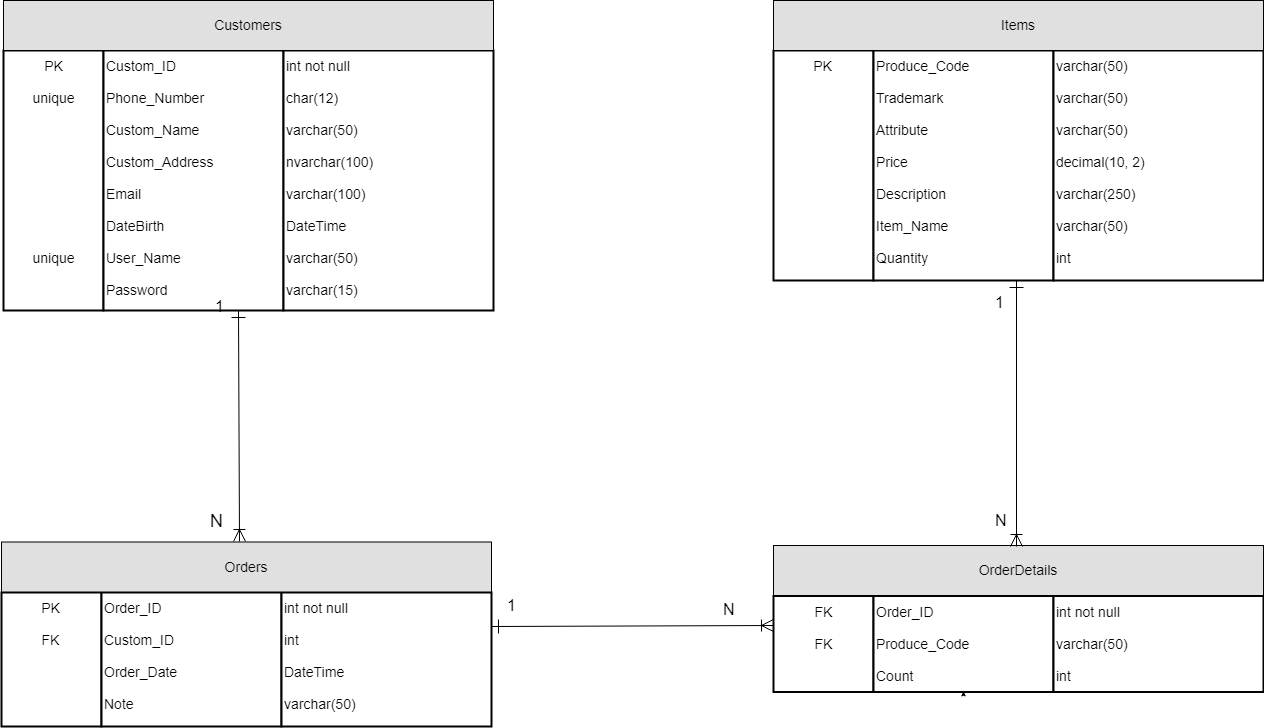
The draw.io diagram Document/Database/Database.png in LinhNguyennnn/Shop_HeadPhone_G03, before a commit. Source tidied: cells renumbered, new cells last; positions are measured from the earlier drawing's top-left corner, leaving out a move shared by most shapes.
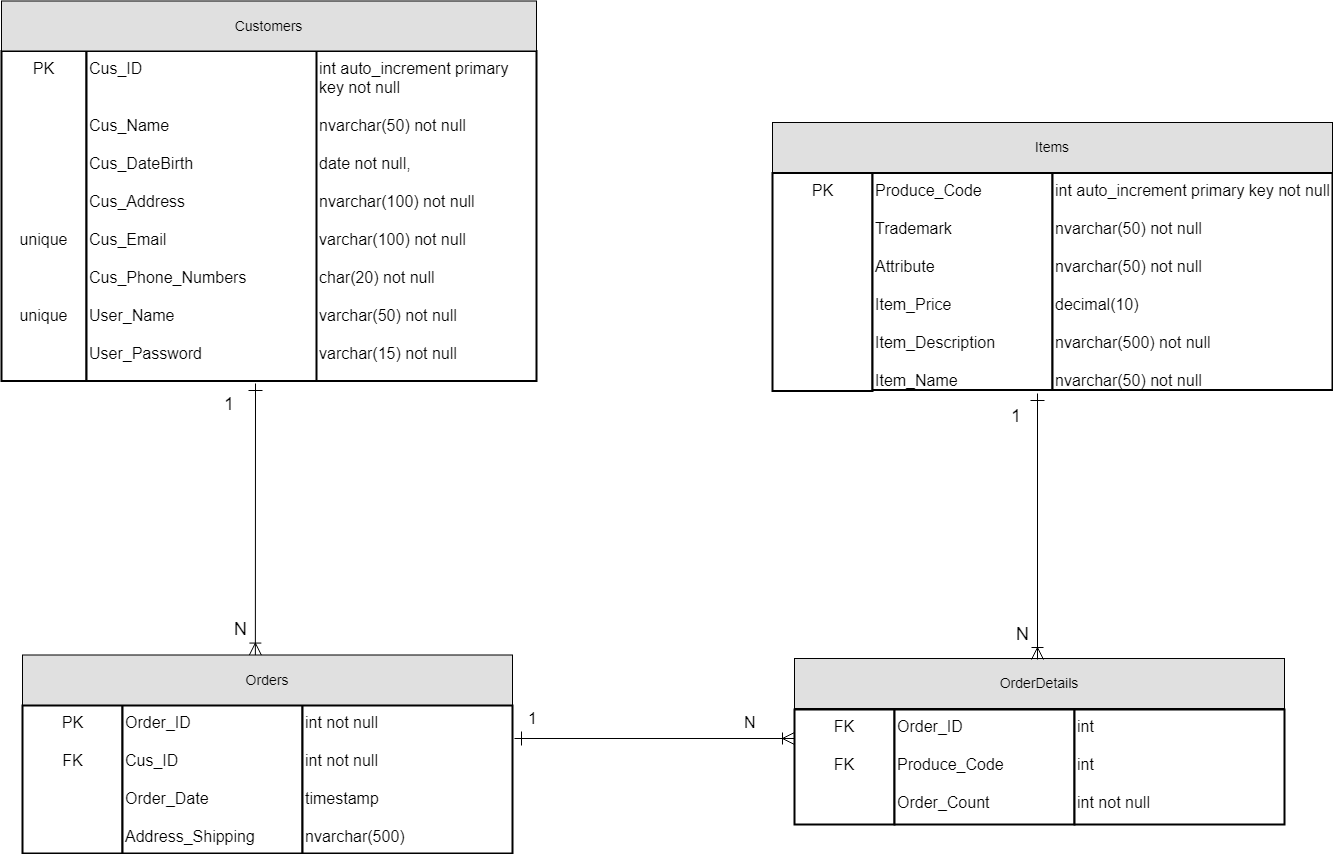
After the change.

Diff of the diagram source:
```diff
@@ -4,34 +4,34 @@
     <mxCell id="1" parent="0" />
-    <mxCell id="2" value="&lt;div style=&quot;text-align: center&quot;&gt;&lt;span&gt;PK&lt;/span&gt;&lt;/div&gt;&lt;div style=&quot;text-align: center&quot;&gt;&lt;span&gt;&lt;br&gt;&lt;/span&gt;&lt;/div&gt;&lt;div style=&quot;text-align: center&quot;&gt;&lt;span&gt;unique&lt;/span&gt;&lt;/div&gt;&lt;div style=&quot;text-align: center&quot;&gt;&lt;span&gt;&lt;br&gt;&lt;/span&gt;&lt;/div&gt;&lt;div style=&quot;text-align: center&quot;&gt;&lt;span&gt;&lt;br&gt;&lt;/span&gt;&lt;/div&gt;&lt;div style=&quot;text-align: center&quot;&gt;&lt;span&gt;&lt;br&gt;&lt;/span&gt;&lt;/div&gt;&lt;div style=&quot;text-align: center&quot;&gt;&lt;span&gt;&lt;br&gt;&lt;/span&gt;&lt;/div&gt;&lt;div style=&quot;text-align: center&quot;&gt;&lt;span&gt;&lt;br&gt;&lt;/span&gt;&lt;/div&gt;&lt;div style=&quot;text-align: center&quot;&gt;&lt;span&gt;&lt;br&gt;&lt;/span&gt;&lt;/div&gt;&lt;div style=&quot;text-align: center&quot;&gt;&lt;span&gt;&lt;br&gt;&lt;/span&gt;&lt;/div&gt;&lt;div style=&quot;text-align: center&quot;&gt;&lt;span&gt;&lt;br&gt;&lt;/span&gt;&lt;/div&gt;&lt;div style=&quot;text-align: center&quot;&gt;&lt;span&gt;&lt;br&gt;&lt;/span&gt;&lt;/div&gt;&lt;div style=&quot;text-align: center&quot;&gt;&lt;span&gt;unique&lt;/span&gt;&lt;/div&gt;" style="strokeWidth=2;whiteSpace=wrap;html=1;align=center;fontSize=14;verticalAlign=top;" parent="1" vertex="1">
-      <mxGeometry x="2" y="50" width="100" height="260" as="geometry" />
+    <mxCell id="2" value="&lt;div style=&quot;text-align: center ; font-size: 16px&quot;&gt;&lt;span style=&quot;font-size: 16px&quot;&gt;PK&lt;/span&gt;&lt;/div&gt;&lt;div style=&quot;text-align: center ; font-size: 16px&quot;&gt;&lt;span style=&quot;font-size: 16px&quot;&gt;&lt;br style=&quot;font-size: 16px&quot;&gt;&lt;/span&gt;&lt;/div&gt;&lt;div style=&quot;text-align: center ; font-size: 16px&quot;&gt;&lt;br&gt;&lt;/div&gt;&lt;div style=&quot;text-align: center ; font-size: 16px&quot;&gt;&lt;span style=&quot;font-size: 16px&quot;&gt;&lt;br style=&quot;font-size: 16px&quot;&gt;&lt;/span&gt;&lt;/div&gt;&lt;div style=&quot;text-align: center ; font-size: 16px&quot;&gt;&lt;span style=&quot;font-size: 16px&quot;&gt;&lt;br style=&quot;font-size: 16px&quot;&gt;&lt;/span&gt;&lt;/div&gt;&lt;div style=&quot;text-align: center ; font-size: 16px&quot;&gt;&lt;span style=&quot;font-size: 16px&quot;&gt;&lt;br style=&quot;font-size: 16px&quot;&gt;&lt;/span&gt;&lt;/div&gt;&lt;div style=&quot;text-align: center ; font-size: 16px&quot;&gt;&lt;span style=&quot;font-size: 16px&quot;&gt;&lt;br style=&quot;font-size: 16px&quot;&gt;&lt;/span&gt;&lt;/div&gt;&lt;div style=&quot;text-align: center ; font-size: 16px&quot;&gt;&lt;span style=&quot;font-size: 16px&quot;&gt;&lt;br style=&quot;font-size: 16px&quot;&gt;&lt;/span&gt;&lt;/div&gt;&lt;div style=&quot;text-align: center ; font-size: 16px&quot;&gt;&lt;span style=&quot;font-size: 16px&quot;&gt;&lt;br style=&quot;font-size: 16px&quot;&gt;&lt;/span&gt;&lt;/div&gt;&lt;div style=&quot;text-align: center ; font-size: 16px&quot;&gt;&lt;span&gt;unique&lt;/span&gt;&lt;/div&gt;&lt;div style=&quot;text-align: center ; font-size: 16px&quot;&gt;&lt;span&gt;&lt;br&gt;&lt;/span&gt;&lt;/div&gt;&lt;div style=&quot;text-align: center ; font-size: 16px&quot;&gt;&lt;span&gt;&lt;br&gt;&lt;/span&gt;&lt;/div&gt;&lt;div style=&quot;text-align: center ; font-size: 16px&quot;&gt;&lt;span&gt;&lt;br&gt;&lt;/span&gt;&lt;/div&gt;&lt;div style=&quot;text-align: center ; font-size: 16px&quot;&gt;&lt;span&gt;unique&lt;/span&gt;&lt;span&gt;&lt;br&gt;&lt;/span&gt;&lt;/div&gt;" style="strokeWidth=2;whiteSpace=wrap;html=1;align=center;fontSize=16;verticalAlign=top;" parent="1" vertex="1">
+      <mxGeometry x="-21" y="-62.5" width="85" height="330" as="geometry" />
     </mxCell>
-    <mxCell id="3" value="&lt;div style=&quot;text-align: left&quot;&gt;&lt;span&gt;Custom_ID&lt;/span&gt;&lt;/div&gt;&lt;div style=&quot;text-align: left&quot;&gt;&lt;span&gt;&lt;br&gt;&lt;/span&gt;&lt;/div&gt;&lt;div style=&quot;text-align: left&quot;&gt;Phone_Number&lt;span&gt;&lt;br&gt;&lt;/span&gt;&lt;/div&gt;&lt;div style=&quot;text-align: left&quot;&gt;&lt;span&gt;&lt;br&gt;&lt;/span&gt;&lt;/div&gt;&lt;div style=&quot;text-align: left&quot;&gt;&lt;span&gt;Custom_Name&lt;/span&gt;&lt;/div&gt;&lt;div style=&quot;text-align: left&quot;&gt;&lt;span&gt;&lt;br&gt;&lt;/span&gt;&lt;/div&gt;&lt;div style=&quot;text-align: left&quot;&gt;&lt;span&gt;Custom_Address&lt;/span&gt;&lt;/div&gt;&lt;div style=&quot;text-align: left&quot;&gt;&lt;span&gt;&lt;br&gt;&lt;/span&gt;&lt;/div&gt;&lt;div style=&quot;text-align: left&quot;&gt;&lt;span&gt;Email&lt;/span&gt;&lt;/div&gt;&lt;div style=&quot;text-align: left&quot;&gt;&lt;span&gt;&lt;br&gt;&lt;/span&gt;&lt;/div&gt;&lt;div style=&quot;text-align: left&quot;&gt;&lt;span&gt;DateBirth&lt;/span&gt;&lt;/div&gt;&lt;div style=&quot;text-align: left&quot;&gt;&lt;span&gt;&lt;br&gt;&lt;/span&gt;&lt;/div&gt;&lt;div style=&quot;text-align: left&quot;&gt;User_Name&lt;/div&gt;&lt;div style=&quot;text-align: left&quot;&gt;&lt;br&gt;&lt;/div&gt;&lt;div style=&quot;text-align: left&quot;&gt;Password&lt;/div&gt;" style="strokeWidth=2;whiteSpace=wrap;html=1;align=left;fontSize=14;verticalAlign=top;" parent="1" vertex="1">
-      <mxGeometry x="102" y="50" width="180" height="260" as="geometry" />
+    <mxCell id="3" value="&lt;div style=&quot;text-align: left ; font-size: 16px&quot;&gt;&lt;div style=&quot;font-size: 16px&quot;&gt;&lt;div style=&quot;font-size: 16px&quot;&gt;Cus_ID&amp;nbsp;&lt;/div&gt;&lt;div style=&quot;font-size: 16px&quot;&gt;&lt;br&gt;&lt;/div&gt;&lt;div style=&quot;font-size: 16px&quot;&gt;&lt;br&gt;&lt;/div&gt;&lt;div style=&quot;font-size: 16px&quot;&gt;    Cus_Name&amp;nbsp;&lt;/div&gt;&lt;div style=&quot;font-size: 16px&quot;&gt;&lt;br&gt;&lt;/div&gt;&lt;div style=&quot;font-size: 16px&quot;&gt;    Cus_DateBirth&amp;nbsp;&lt;/div&gt;&lt;div style=&quot;font-size: 16px&quot;&gt;&lt;br&gt;&lt;/div&gt;&lt;div style=&quot;font-size: 16px&quot;&gt;    Cus_Address&amp;nbsp;&lt;/div&gt;&lt;div style=&quot;font-size: 16px&quot;&gt;&lt;br&gt;&lt;/div&gt;&lt;div style=&quot;font-size: 16px&quot;&gt;    Cus_Email&amp;nbsp;&lt;/div&gt;&lt;div style=&quot;font-size: 16px&quot;&gt;&lt;span&gt;&lt;br&gt;&lt;/span&gt;&lt;/div&gt;&lt;div style=&quot;font-size: 16px&quot;&gt;&lt;span&gt;Cus_Phone_Numbers&amp;nbsp;&lt;/span&gt;&lt;/div&gt;&lt;div style=&quot;font-size: 16px&quot;&gt;&lt;span&gt;&lt;br&gt;&lt;/span&gt;&lt;/div&gt;&lt;div style=&quot;font-size: 16px&quot;&gt;&lt;span style=&quot;font-size: 16px&quot;&gt;User_Name&lt;/span&gt;&lt;/div&gt;&lt;div style=&quot;font-size: 16px&quot;&gt;&lt;span style=&quot;font-size: 16px&quot;&gt;&lt;br&gt;&lt;/span&gt;&lt;/div&gt;&lt;div style=&quot;font-size: 16px&quot;&gt;    User_Password&amp;nbsp;&lt;/div&gt;&lt;/div&gt;&lt;/div&gt;" style="strokeWidth=2;whiteSpace=wrap;html=1;align=left;fontSize=16;verticalAlign=top;" parent="1" vertex="1">
+      <mxGeometry x="64" y="-62.5" width="240" height="330" as="geometry" />
     </mxCell>
-    <mxCell id="4" value="int not null&lt;br&gt;&lt;br&gt;char(12)&lt;br&gt;&lt;br&gt;varchar(50)&lt;br&gt;&lt;br&gt;nvarchar(100)&lt;br&gt;&lt;br&gt;varchar(100)&lt;br&gt;&lt;br&gt;DateTime&lt;br&gt;&lt;br&gt;varchar(50)&lt;br&gt;&lt;br&gt;varchar(15)&lt;br&gt;&lt;br&gt;" style="strokeWidth=2;whiteSpace=wrap;html=1;align=left;fontSize=14;verticalAlign=top;" parent="1" vertex="1">
-      <mxGeometry x="282" y="50" width="210" height="260" as="geometry" />
+    <mxCell id="4" value="int&amp;nbsp;auto_increment primary key not null&lt;br&gt;&lt;br&gt;nvarchar(50) not null&lt;br&gt;&lt;br&gt;date not null,&lt;br&gt;&lt;br&gt;nvarchar(100) not null&lt;br&gt;&lt;br&gt;&lt;div&gt;varchar(100) not null&amp;nbsp;&lt;/div&gt;&lt;div&gt;&lt;br&gt;&lt;/div&gt;char(20) not null&lt;br&gt;&lt;br&gt;varchar(50) not null &lt;br&gt;&lt;br&gt;varchar(15) not null&lt;br&gt;&lt;br&gt;" style="strokeWidth=2;whiteSpace=wrap;html=1;align=left;fontSize=16;verticalAlign=top;" parent="1" vertex="1">
+      <mxGeometry x="294" y="-62.5" width="220" height="330" as="geometry" />
     </mxCell>
-    <mxCell id="5" value="PK&lt;br&gt;" style="strokeWidth=2;whiteSpace=wrap;html=1;align=center;fontSize=14;verticalAlign=top;" parent="1" vertex="1">
-      <mxGeometry x="772" y="50" width="100" height="230" as="geometry" />
+    <mxCell id="5" value="PK&lt;br style=&quot;font-size: 16px;&quot;&gt;" style="strokeWidth=2;whiteSpace=wrap;html=1;align=center;fontSize=16;verticalAlign=top;" parent="1" vertex="1">
+      <mxGeometry x="750" y="59.5" width="100" height="218" as="geometry" />
     </mxCell>
-    <mxCell id="6" value="Produce_Code&lt;br&gt;&lt;br&gt;Trademark&lt;br&gt;&lt;br&gt;Attribute&lt;br&gt;&lt;br&gt;Price&lt;br&gt;&lt;br&gt;Description&lt;br&gt;&lt;br&gt;Item_Name&lt;br&gt;&lt;br&gt;Quantity&lt;br&gt;" style="strokeWidth=2;whiteSpace=wrap;html=1;align=left;fontSize=14;verticalAlign=top;" parent="1" vertex="1">
-      <mxGeometry x="872" y="50" width="180" height="230" as="geometry" />
+    <mxCell id="6" value="Produce_Code&lt;br style=&quot;font-size: 16px&quot;&gt;&lt;br style=&quot;font-size: 16px&quot;&gt;Trademark&lt;br style=&quot;font-size: 16px&quot;&gt;&lt;br style=&quot;font-size: 16px&quot;&gt;Attribute&lt;br style=&quot;font-size: 16px&quot;&gt;&lt;br style=&quot;font-size: 16px&quot;&gt;Item_Price&lt;br style=&quot;font-size: 16px&quot;&gt;&lt;br style=&quot;font-size: 16px&quot;&gt;Item_Description&lt;br style=&quot;font-size: 16px&quot;&gt;&lt;br style=&quot;font-size: 16px&quot;&gt;Item_Name&lt;br style=&quot;font-size: 16px&quot;&gt;" style="strokeWidth=2;whiteSpace=wrap;html=1;align=left;fontSize=16;verticalAlign=top;" parent="1" vertex="1">
+      <mxGeometry x="850" y="59.5" width="180" height="217" as="geometry" />
     </mxCell>
-    <mxCell id="7" value="varchar(50)&lt;br&gt;&lt;br&gt;varchar(50)&lt;br&gt;&lt;br&gt;varchar(50)&lt;br&gt;&lt;br&gt;decimal(10, 2)&lt;br&gt;&lt;br&gt;varchar(250)&lt;br&gt;&lt;br&gt;varchar(50)&lt;br&gt;&lt;br&gt;int&lt;br&gt;&lt;br&gt;&lt;br&gt;" style="strokeWidth=2;whiteSpace=wrap;html=1;align=left;fontSize=14;verticalAlign=top;" parent="1" vertex="1">
-      <mxGeometry x="1052" y="50" width="210" height="230" as="geometry" />
+    <mxCell id="7" value="&lt;div style=&quot;font-size: 16px&quot;&gt;&lt;span style=&quot;font-size: 16px&quot;&gt;int&lt;/span&gt; auto_increment &lt;span style=&quot;font-size: 16px&quot;&gt;primary&amp;nbsp;&lt;/span&gt;&lt;span style=&quot;font-size: 16px&quot;&gt;key&amp;nbsp;&lt;/span&gt;&lt;span style=&quot;font-size: 16px&quot;&gt;not&amp;nbsp;&lt;/span&gt;&lt;span style=&quot;font-size: 16px&quot;&gt;null&lt;/span&gt;&lt;/div&gt;&lt;br style=&quot;font-size: 16px&quot;&gt;nvarchar(50) not&amp;nbsp;null&lt;br style=&quot;font-size: 16px&quot;&gt;&lt;br style=&quot;font-size: 16px&quot;&gt;nvarchar(50) not&amp;nbsp;null&lt;br style=&quot;font-size: 16px&quot;&gt;&lt;br style=&quot;font-size: 16px&quot;&gt;decimal(10)&lt;br style=&quot;font-size: 16px&quot;&gt;&lt;br style=&quot;font-size: 16px&quot;&gt;&lt;div style=&quot;font-size: 16px&quot;&gt;&lt;span style=&quot;font-size: 16px&quot;&gt;nvarchar&lt;/span&gt;(&lt;span style=&quot;font-size: 16px&quot;&gt;500&lt;/span&gt;) &lt;span style=&quot;font-size: 16px&quot;&gt;not&amp;nbsp;&lt;/span&gt;&lt;span style=&quot;font-size: 16px&quot;&gt;null&lt;/span&gt;&lt;/div&gt;&lt;br style=&quot;font-size: 16px&quot;&gt;&lt;div style=&quot;font-size: 16px&quot;&gt;&lt;span style=&quot;font-size: 16px&quot;&gt;nvarchar&lt;/span&gt;(&lt;span style=&quot;font-size: 16px&quot;&gt;50&lt;/span&gt;) &lt;span style=&quot;font-size: 16px&quot;&gt;not&amp;nbsp;&lt;/span&gt;&lt;span style=&quot;font-size: 16px&quot;&gt;null&lt;/span&gt;&lt;/div&gt;&lt;br style=&quot;font-size: 16px&quot;&gt;&lt;div style=&quot;font-size: 16px&quot;&gt;&lt;/div&gt;" style="strokeWidth=2;whiteSpace=wrap;html=1;align=left;fontSize=16;verticalAlign=top;" parent="1" vertex="1">
+      <mxGeometry x="1030" y="59.5" width="280" height="217" as="geometry" />
     </mxCell>
     <mxCell id="8" value="Customers" style="text;align=center;verticalAlign=middle;spacingLeft=4;spacingRight=4;strokeColor=#000000;fillColor=#e0e0e0;fontSize=14;" parent="1" vertex="1">
-      <mxGeometry x="2" width="490" height="50" as="geometry" />
+      <mxGeometry x="-21" y="-112.5" width="535" height="50" as="geometry" />
     </mxCell>
     <mxCell id="9" value="Items" style="text;align=center;verticalAlign=middle;spacingLeft=4;spacingRight=4;strokeColor=#000000;fillColor=#e0e0e0;fontSize=14;" parent="1" vertex="1">
-      <mxGeometry x="772" width="490" height="50" as="geometry" />
+      <mxGeometry x="750" y="9" width="560" height="50" as="geometry" />
     </mxCell>
-    <mxCell id="10" value="PK&lt;br&gt;&lt;br&gt;FK&lt;br&gt;" style="strokeWidth=2;whiteSpace=wrap;html=1;align=center;fontSize=14;verticalAlign=top;" parent="1" vertex="1">
-      <mxGeometry y="592" width="100" height="134" as="geometry" />
+    <mxCell id="10" value="PK&lt;br style=&quot;font-size: 16px;&quot;&gt;&lt;br style=&quot;font-size: 16px;&quot;&gt;FK&lt;br style=&quot;font-size: 16px;&quot;&gt;" style="strokeWidth=2;whiteSpace=wrap;html=1;align=center;fontSize=16;verticalAlign=top;" parent="1" vertex="1">
+      <mxGeometry y="592" width="100" height="148" as="geometry" />
     </mxCell>
-    <mxCell id="11" value="Order_ID&lt;br&gt;&lt;br&gt;Custom_ID&lt;br&gt;&lt;br&gt;Order_Date&lt;br&gt;&lt;br&gt;Note&lt;br&gt;" style="strokeWidth=2;whiteSpace=wrap;html=1;align=left;fontSize=14;verticalAlign=top;" parent="1" vertex="1">
-      <mxGeometry x="100" y="592" width="180" height="134" as="geometry" />
+    <mxCell id="11" value="Order_ID&lt;br style=&quot;font-size: 16px&quot;&gt;&lt;br style=&quot;font-size: 16px&quot;&gt;Cus_ID&lt;br style=&quot;font-size: 16px&quot;&gt;&lt;br style=&quot;font-size: 16px&quot;&gt;Order_Date&lt;br style=&quot;font-size: 16px&quot;&gt;&lt;br style=&quot;font-size: 16px&quot;&gt;Address_Shipping&lt;br style=&quot;font-size: 16px&quot;&gt;" style="strokeWidth=2;whiteSpace=wrap;html=1;align=left;fontSize=16;verticalAlign=top;" parent="1" vertex="1">
+      <mxGeometry x="100" y="592" width="180" height="148" as="geometry" />
     </mxCell>
-    <mxCell id="12" value="int not null&lt;br&gt;&lt;br&gt;int&lt;br&gt;&lt;br&gt;DateTime&lt;br&gt;&lt;br&gt;varchar(50)&lt;br&gt;" style="strokeWidth=2;whiteSpace=wrap;html=1;align=left;fontSize=14;verticalAlign=top;" parent="1" vertex="1">
-      <mxGeometry x="280" y="592" width="210" height="134" as="geometry" />
+    <mxCell id="12" value="int not null&lt;br style=&quot;font-size: 16px;&quot;&gt;&lt;br style=&quot;font-size: 16px;&quot;&gt;&lt;div style=&quot;font-size: 16px;&quot;&gt;&lt;span style=&quot;font-size: 16px;&quot;&gt;int&amp;nbsp;&lt;/span&gt;&lt;span style=&quot;font-size: 16px;&quot;&gt;not&amp;nbsp;&lt;/span&gt;&lt;span style=&quot;font-size: 16px;&quot;&gt;null&lt;/span&gt;&lt;/div&gt;&lt;br style=&quot;font-size: 16px;&quot;&gt;&lt;div style=&quot;font-size: 16px;&quot;&gt;&lt;span style=&quot;font-size: 16px;&quot;&gt;timestamp&lt;/span&gt;&lt;/div&gt;&lt;br style=&quot;font-size: 16px;&quot;&gt;nvarchar(500)&lt;br style=&quot;font-size: 16px;&quot;&gt;" style="strokeWidth=2;whiteSpace=wrap;html=1;align=left;fontSize=16;verticalAlign=top;" parent="1" vertex="1">
+      <mxGeometry x="280" y="592" width="210" height="148" as="geometry" />
     </mxCell>
@@ -40,10 +40,10 @@
     </mxCell>
-    <mxCell id="14" value="FK&lt;br&gt;&lt;br&gt;FK&lt;br&gt;" style="strokeWidth=2;whiteSpace=wrap;html=1;align=center;fontSize=14;verticalAlign=top;" parent="1" vertex="1">
-      <mxGeometry x="772" y="595.5" width="100" height="96" as="geometry" />
+    <mxCell id="14" value="FK&lt;br style=&quot;font-size: 16px;&quot;&gt;&lt;br style=&quot;font-size: 16px;&quot;&gt;FK&lt;br style=&quot;font-size: 16px;&quot;&gt;" style="strokeWidth=2;whiteSpace=wrap;html=1;align=center;fontSize=16;verticalAlign=top;" parent="1" vertex="1">
+      <mxGeometry x="772" y="596" width="100" height="115" as="geometry" />
     </mxCell>
-    <mxCell id="15" value="Order_ID&lt;br&gt;&lt;br&gt;Produce_Code&lt;br&gt;&lt;br&gt;Count&lt;br&gt;" style="strokeWidth=2;whiteSpace=wrap;html=1;align=left;fontSize=14;verticalAlign=top;" parent="1" vertex="1">
-      <mxGeometry x="872" y="595.5" width="180" height="96" as="geometry" />
+    <mxCell id="15" value="Order_ID&lt;br style=&quot;font-size: 16px;&quot;&gt;&lt;br style=&quot;font-size: 16px;&quot;&gt;Produce_Code&lt;br style=&quot;font-size: 16px;&quot;&gt;&lt;br style=&quot;font-size: 16px;&quot;&gt;Order_Count&lt;br style=&quot;font-size: 16px;&quot;&gt;" style="strokeWidth=2;whiteSpace=wrap;html=1;align=left;fontSize=16;verticalAlign=top;" parent="1" vertex="1">
+      <mxGeometry x="872" y="596" width="180" height="115" as="geometry" />
     </mxCell>
-    <mxCell id="16" value="int not null&lt;br&gt;&lt;br&gt;varchar(50)&lt;br&gt;&lt;br&gt;int&lt;br&gt;&lt;br&gt;&lt;br&gt;" style="strokeWidth=2;whiteSpace=wrap;html=1;align=left;fontSize=14;verticalAlign=top;" parent="1" vertex="1">
-      <mxGeometry x="1052" y="595.5" width="210" height="96" as="geometry" />
+    <mxCell id="16" value="int&lt;br style=&quot;font-size: 16px;&quot;&gt;&lt;br style=&quot;font-size: 16px;&quot;&gt;int&lt;br style=&quot;font-size: 16px;&quot;&gt;&lt;br style=&quot;font-size: 16px;&quot;&gt;int not null&lt;br style=&quot;font-size: 16px;&quot;&gt;&lt;br style=&quot;font-size: 16px;&quot;&gt;&lt;br style=&quot;font-size: 16px;&quot;&gt;" style="strokeWidth=2;whiteSpace=wrap;html=1;align=left;fontSize=16;verticalAlign=top;" parent="1" vertex="1">
+      <mxGeometry x="1052" y="596" width="210" height="115" as="geometry" />
     </mxCell>
@@ -55,11 +55,2 @@
     </mxCell>
-    <mxCell id="19" value="N" style="text;html=1;align=left;verticalAlign=top;spacingTop=-4;fontSize=18;" parent="1" vertex="1">
-      <mxGeometry x="207" y="508" width="30" height="20" as="geometry" />
-    </mxCell>
-    <mxCell id="20" style="fontSize=12;html=1;endArrow=ERoneToMany;exitX=0.75;exitY=1;exitDx=0;exitDy=0;entryX=0.485;entryY=-0.007;entryDx=0;entryDy=0;entryPerimeter=0;startSize=12;endSize=10;startArrow=ERone;startFill=0;" parent="1" edge="1" source="3" target="13">
-      <mxGeometry relative="1" as="geometry" />
-    </mxCell>
-    <mxCell id="21" value="1" style="text;html=1;align=left;verticalAlign=top;spacingTop=-4;fontSize=16;" parent="1" vertex="1">
-      <mxGeometry x="212" y="294" width="20" height="20" as="geometry" />
-    </mxCell>
     <mxCell id="22" style="fontSize=12;html=1;endArrow=ERoneToMany;entryX=0.495;entryY=0.026;entryDx=0;entryDy=0;entryPerimeter=0;startSize=12;endSize=10;startArrow=ERone;startFill=0;" parent="1" edge="1" target="17">
@@ -69,10 +60,11 @@
     </mxCell>
-    <mxCell id="23" value="1" style="text;html=1;align=left;verticalAlign=top;spacingTop=-4;fontSize=16;" parent="1" vertex="1">
-      <mxGeometry x="992" y="290" width="20" height="20" as="geometry" />
+    <mxCell id="23" value="1" style="text;html=1;align=left;verticalAlign=top;spacingTop=-4;fontSize=18;" parent="1" vertex="1">
+      <mxGeometry x="987" y="290" width="20" height="20" as="geometry" />
     </mxCell>
-    <mxCell id="24" value="N" style="text;html=1;align=left;verticalAlign=top;spacingTop=-4;fontSize=16;" parent="1" vertex="1">
+    <mxCell id="24" value="N" style="text;html=1;align=left;verticalAlign=top;spacingTop=-4;fontSize=18;" parent="1" vertex="1">
       <mxGeometry x="992" y="508" width="30" height="20" as="geometry" />
     </mxCell>
-    <mxCell id="25" style="fontSize=12;html=1;endArrow=ERoneToMany;exitX=1;exitY=0.25;exitDx=0;exitDy=0;startSize=12;endSize=10;startArrow=ERone;startFill=0;" parent="1" edge="1" source="12">
+    <mxCell id="25" style="fontSize=12;html=1;endArrow=ERoneToMany;startSize=12;endSize=10;startArrow=ERone;startFill=0;" parent="1" edge="1">
       <mxGeometry relative="1" as="geometry">
+        <mxPoint x="492" y="625" as="sourcePoint" />
         <mxPoint x="772" y="625" as="targetPoint" />
@@ -86,2 +78,14 @@
     </mxCell>
+    <mxCell id="28" style="fontSize=12;html=1;endArrow=ERoneToMany;entryX=0.495;entryY=0.026;entryDx=0;entryDy=0;entryPerimeter=0;startSize=12;endSize=10;startArrow=ERone;startFill=0;" parent="1" edge="1">
+      <mxGeometry relative="1" as="geometry">
+        <mxPoint x="233" y="270" as="sourcePoint" />
+        <mxPoint x="232.9" y="541.6" as="targetPoint" />
+      </mxGeometry>
+    </mxCell>
+    <mxCell id="21" value="1" style="text;html=1;align=left;verticalAlign=top;spacingTop=-4;fontSize=18;" parent="1" vertex="1">
+      <mxGeometry x="200" y="277.5" width="20" height="20" as="geometry" />
+    </mxCell>
+    <mxCell id="19" value="N" style="text;html=1;align=left;verticalAlign=top;spacingTop=-4;fontSize=18;" parent="1" vertex="1">
+      <mxGeometry x="210" y="503" width="30" height="20" as="geometry" />
+    </mxCell>
   </root>
```
